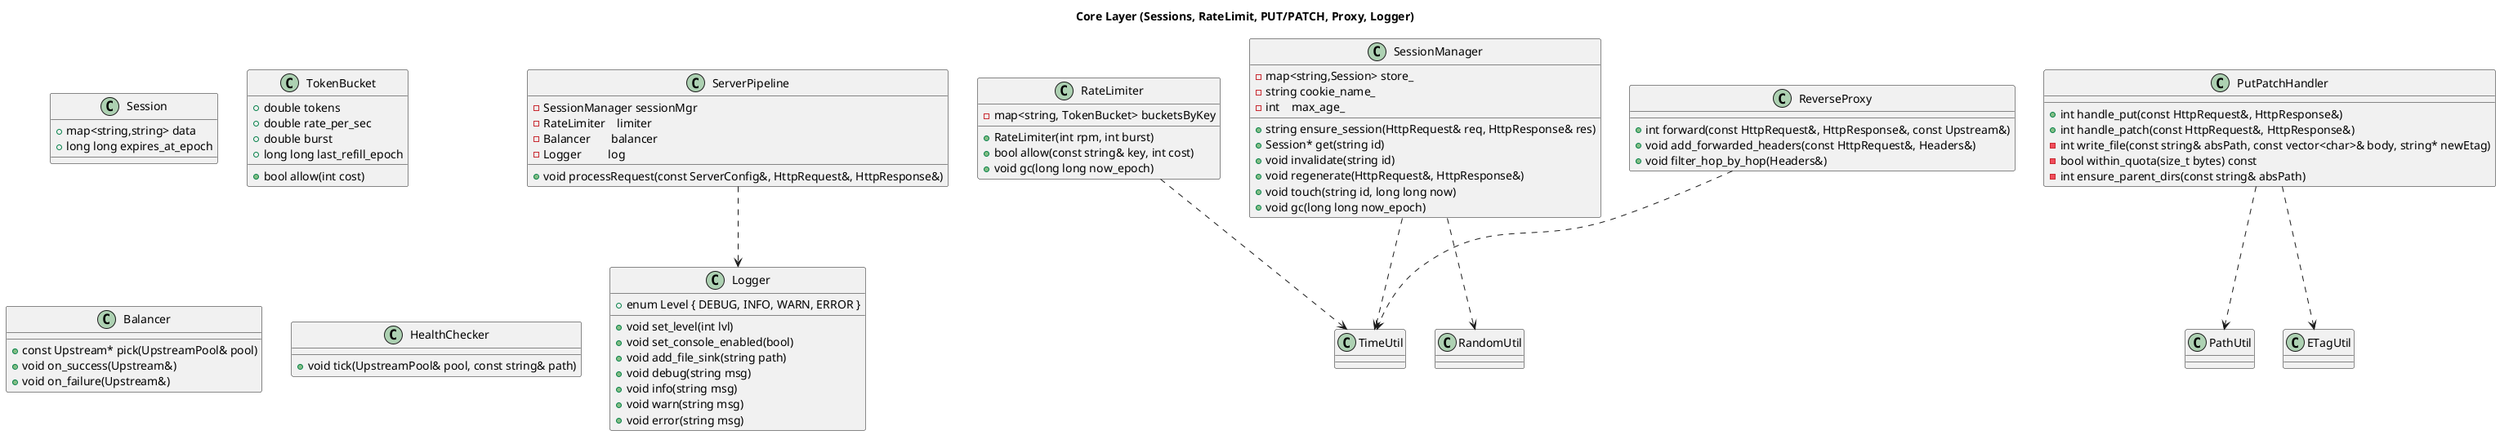
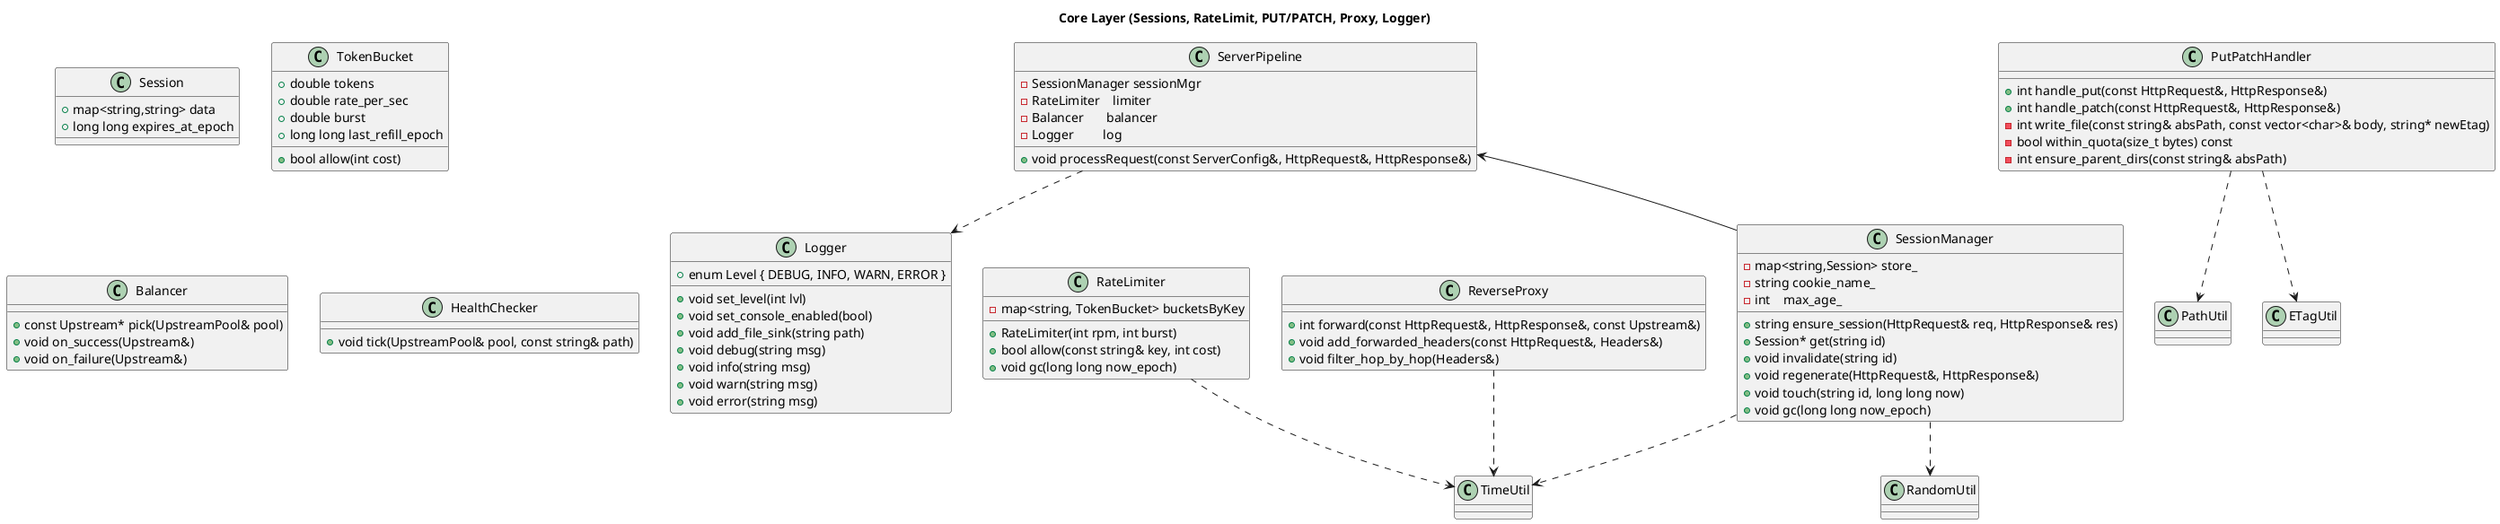
@startuml
skinparam packageStyle rectangle
title Core Layer (Sessions, RateLimit, PUT/PATCH, Proxy, Logger)

' --- Logger (C++98-friendly) ---
class Logger {
  +enum Level { DEBUG, INFO, WARN, ERROR }
  +void set_level(int lvl)
  +void set_console_enabled(bool)
  +void add_file_sink(string path)
  +void debug(string msg)
  +void info(string msg)
  +void warn(string msg)
  +void error(string msg)
}

class Session {
	+map<string,string> data
	+long long expires_at_epoch
}

class SessionManager {
  -map<string,Session> store_
  -string cookie_name_
  -int    max_age_
  +string ensure_session(HttpRequest& req, HttpResponse& res)
  +Session* get(string id)
  +void invalidate(string id)
  +void regenerate(HttpRequest&, HttpResponse&)
  +void touch(string id, long long now)
  +void gc(long long now_epoch)
}

class TokenBucket {
	+double tokens
	+double rate_per_sec
	+double burst
	+long long last_refill_epoch
	+bool allow(int cost)
}

class RateLimiter {
  -map<string, TokenBucket> bucketsByKey
  +RateLimiter(int rpm, int burst)
  +bool allow(const string& key, int cost)
  +void gc(long long now_epoch)
}

class PutPatchHandler {
  +int handle_put(const HttpRequest&, HttpResponse&)
  +int handle_patch(const HttpRequest&, HttpResponse&)
  -int write_file(const string& absPath, const vector<char>& body, string* newEtag)
  -bool within_quota(size_t bytes) const
  -int ensure_parent_dirs(const string& absPath)
}

class ReverseProxy {
  +int forward(const HttpRequest&, HttpResponse&, const Upstream&)
  +void add_forwarded_headers(const HttpRequest&, Headers&)
  +void filter_hop_by_hop(Headers&)
}

class Balancer {
	+const Upstream* pick(UpstreamPool& pool)
	+void on_success(Upstream&)
	+void on_failure(Upstream&)
}

class HealthChecker {
	+void tick(UpstreamPool& pool, const string& path)
}

class ServerPipeline {
  +void processRequest(const ServerConfig&, HttpRequest&, HttpResponse&)
  -SessionManager sessionMgr
  -RateLimiter    limiter
  -Balancer       balancer
  -Logger         log
}

' Util hooks
class TimeUtil
class PathUtil
class ETagUtil
class RandomUtil

+ ServerPipeline <-- SessionManager
SessionManager ..> RandomUtil
SessionManager ..> TimeUtil
RateLimiter ..> TimeUtil
PutPatchHandler ..> PathUtil
PutPatchHandler ..> ETagUtil
ReverseProxy ..> TimeUtil
ServerPipeline ..> Logger
@enduml
